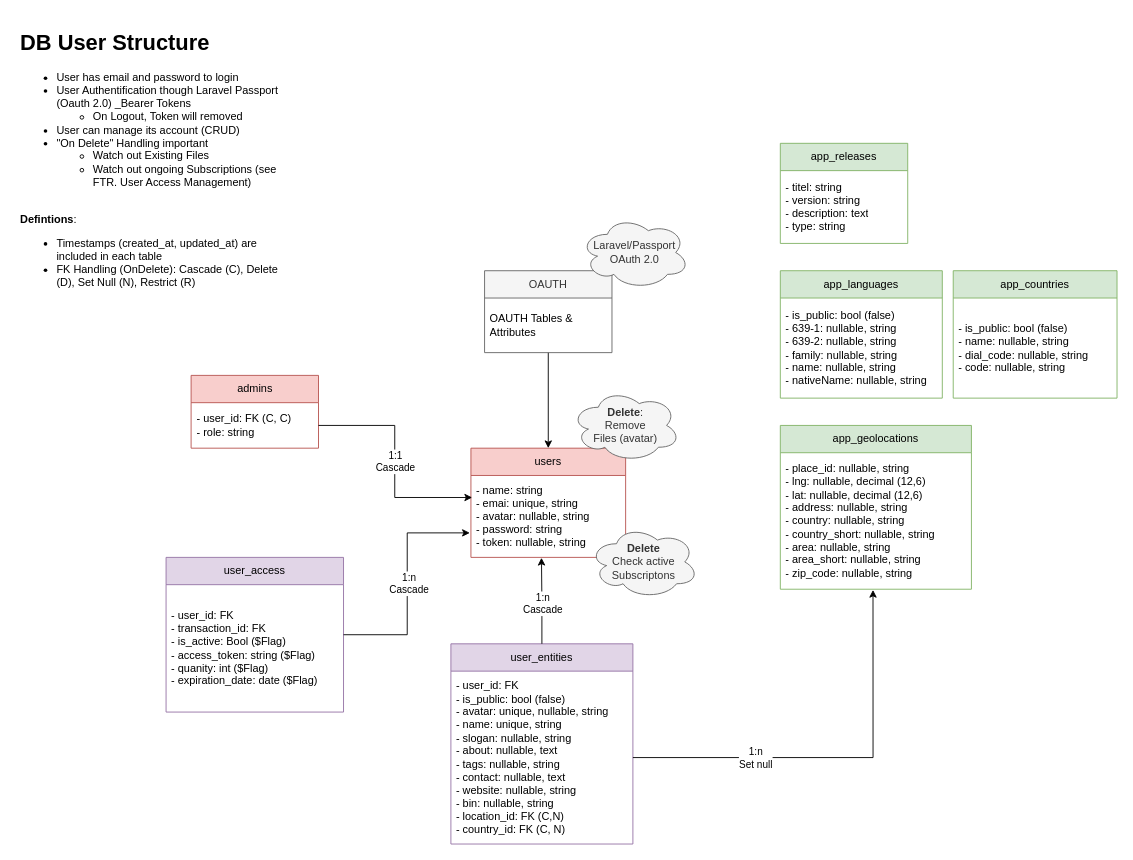
This is page "DB Structure" (2 of 7) of docs/Features/01 - User Athentification.drawio from CarlsonBuma/laravel-quasar-template, a draw.io file, before an edit. Source tidied: cells renumbered, new cells numbered last; positions are measured from the earlier drawing's top-left corner, leaving out a move shared by most shapes. Both pictures are drawn from the tidied source at 91%, with x=0, y=0 at pixel (15, 25).
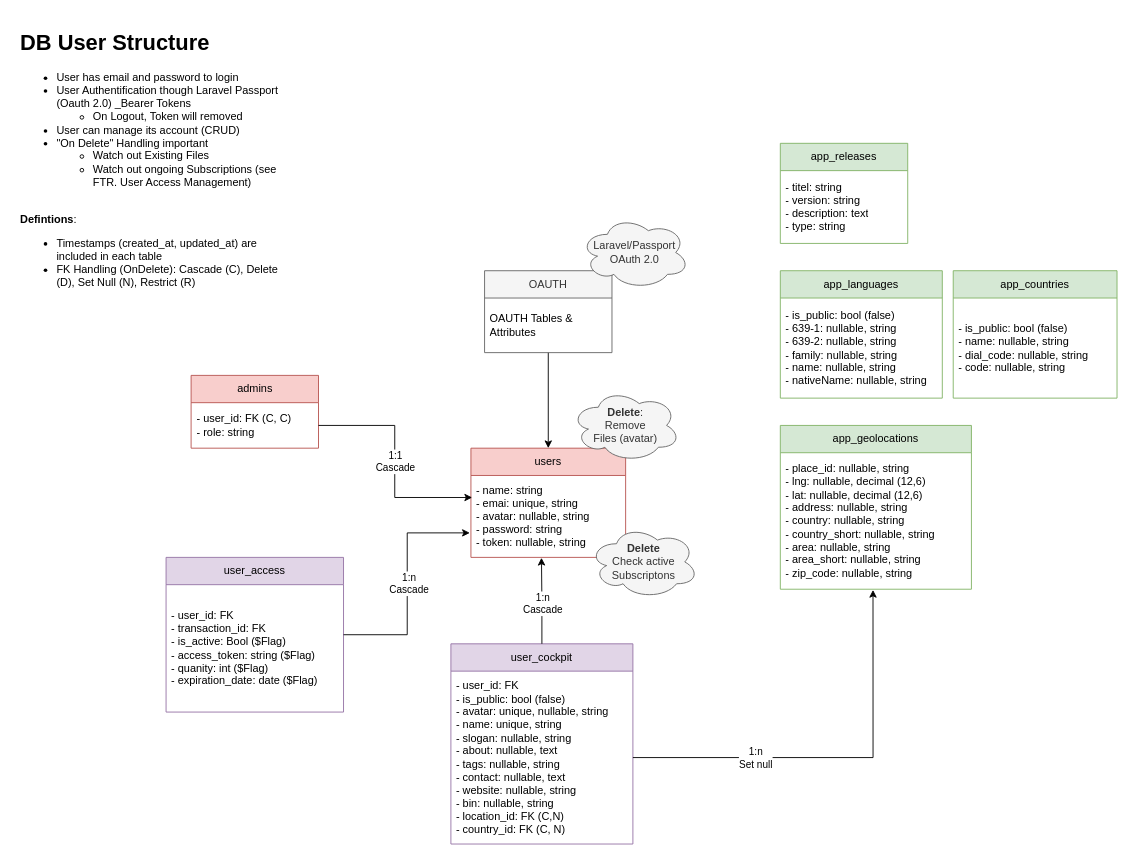
Above is the later version.

Change to the diagram source:
```diff
@@
-    <mxCell id="15" value="user_entities" style="swimlane;fontStyle=0;horizontal=1;startSize=30;whiteSpace=wrap;html=1;fillColor=#e1d5e7;strokeColor=#9673a6;" parent="1" vertex="1">
+    <mxCell id="15" value="user_cockpit" style="swimlane;fontStyle=0;horizontal=1;startSize=30;whiteSpace=wrap;html=1;fillColor=#e1d5e7;strokeColor=#9673a6;" parent="1" vertex="1">
       <mxGeometry x="478" y="680" width="200" height="220" as="geometry" />
     </mxCell>
```
